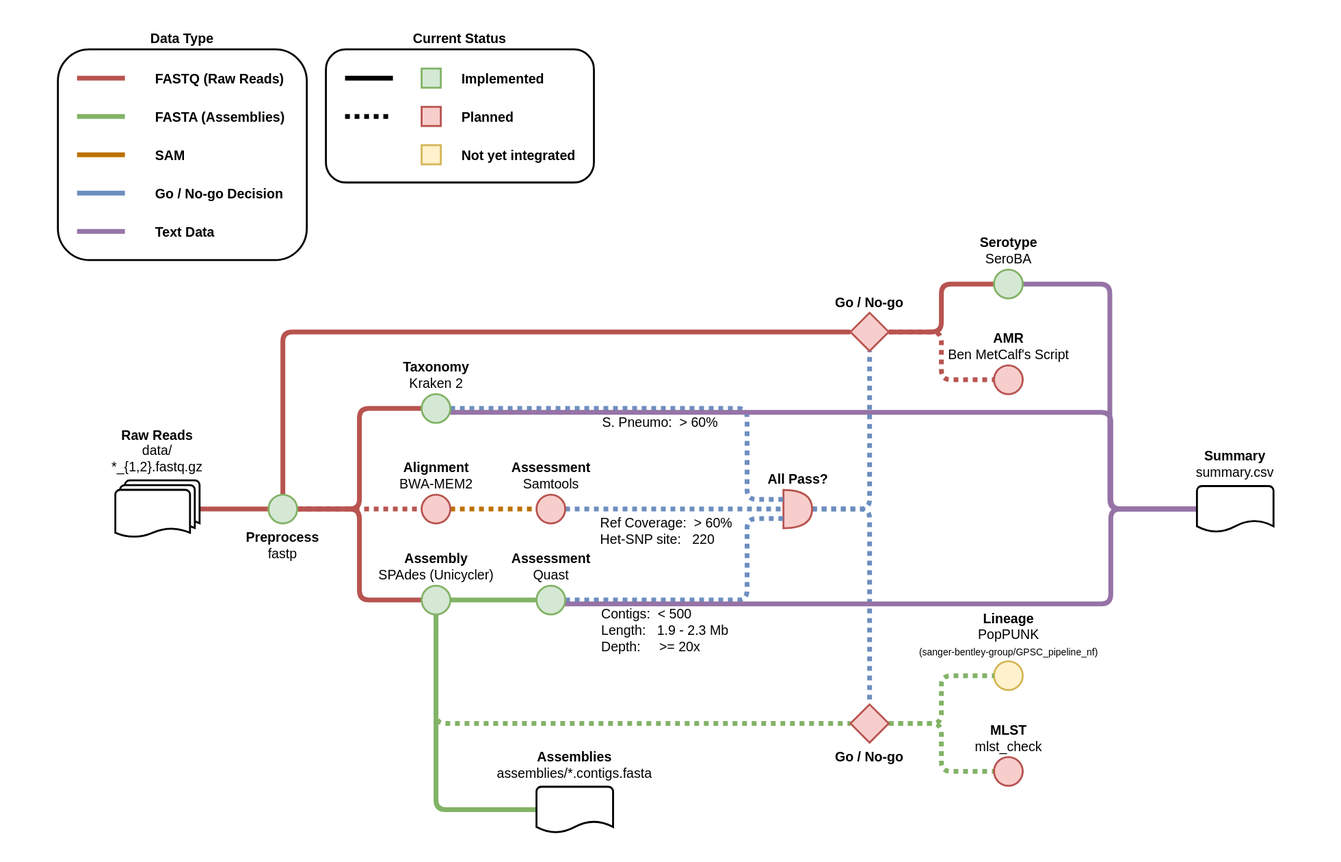
The draw.io diagram doc/workflow.drawio.svg in sanger-bentley-group/gps-pipeline, before a commit. Source tidied: cells renumbered, new cells last; positions are measured from the earlier drawing's top-left corner, leaving out a move shared by most shapes.
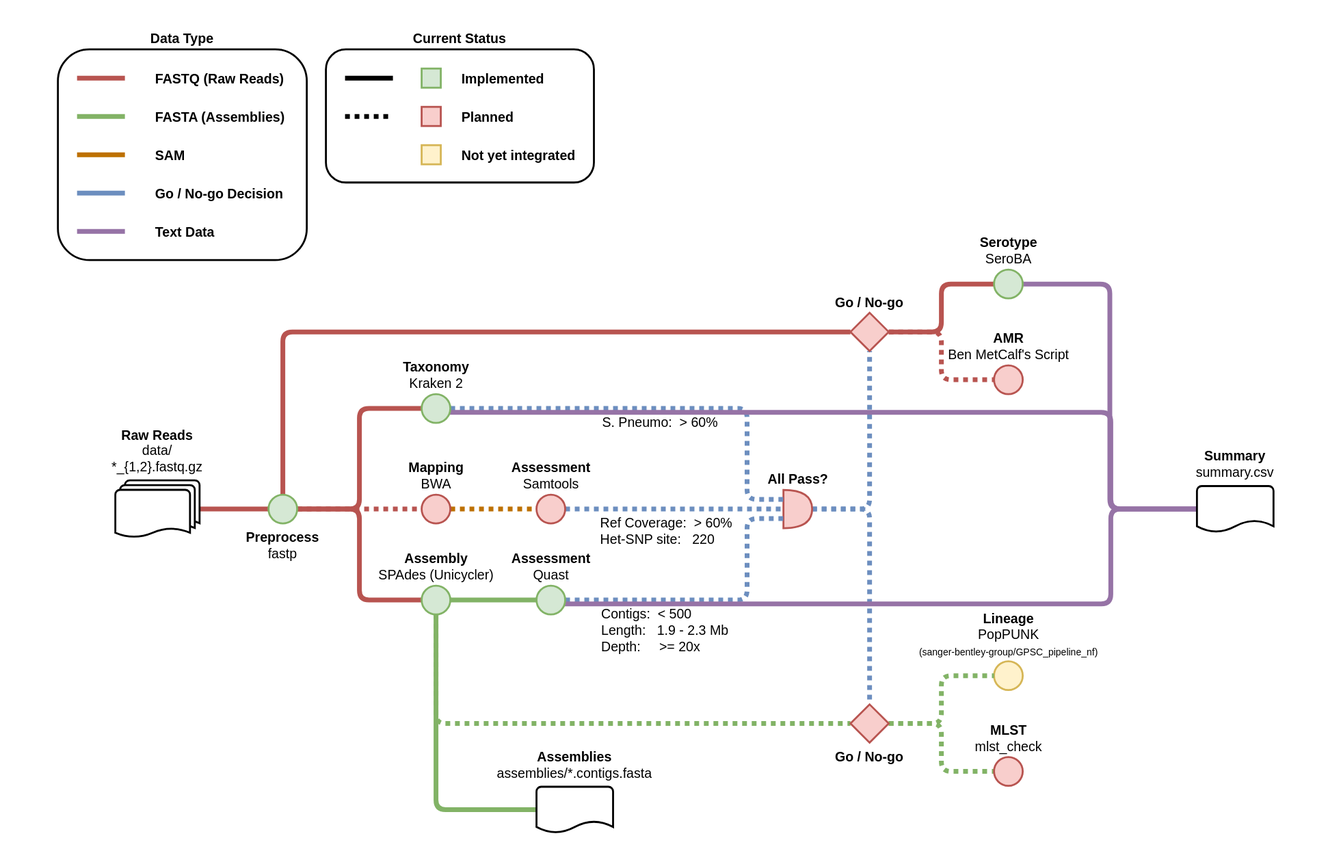
After the change.

Commit message:
Change mapping application

The edit, as a diff of the source:
```diff
@@ -56,7 +56,7 @@
     <mxCell id="16" style="edgeStyle=orthogonalEdgeStyle;rounded=1;jettySize=auto;html=1;entryX=0;entryY=0.5;entryDx=0;entryDy=0;strokeWidth=5;startArrow=none;startFill=0;endArrow=none;endFill=0;startSize=20;fillColor=#f0a30a;strokeColor=#BD7000;dashed=1;dashPattern=1 1;" parent="1" edge="1" source="17" target="35">
       <mxGeometry relative="1" as="geometry" />
     </mxCell>
-    <mxCell id="17" value="&lt;b style=&quot;font-size: 14px;&quot;&gt;Alignment&lt;/b&gt;&lt;br style=&quot;font-size: 14px;&quot;&gt;BWA-MEM2" style="ellipse;html=1;strokeWidth=2;labelPosition=center;verticalLabelPosition=top;align=center;verticalAlign=bottom;fillColor=#f8cecc;strokeColor=#b85450;rounded=1;fontSize=14;" parent="1" vertex="1">
+    <mxCell id="17" value="&lt;b style=&quot;font-size: 14px&quot;&gt;Mapping&lt;/b&gt;&lt;br style=&quot;font-size: 14px&quot;&gt;BWA" style="ellipse;html=1;strokeWidth=2;labelPosition=center;verticalLabelPosition=top;align=center;verticalAlign=bottom;fillColor=#f8cecc;strokeColor=#b85450;rounded=1;fontSize=14;" parent="1" vertex="1">
       <mxGeometry x="440" y="516" width="30" height="30" as="geometry" />
     </mxCell>
     <mxCell id="18" style="edgeStyle=orthogonalEdgeStyle;rounded=1;jettySize=auto;html=1;entryX=0.5;entryY=1;entryDx=0;entryDy=0;entryPerimeter=0;dashed=1;dashPattern=1 1;strokeWidth=5;endArrow=none;endFill=0;fillColor=#dae8fc;strokeColor=#6c8ebf;" parent="1" edge="1" source="20" target="43">
```
